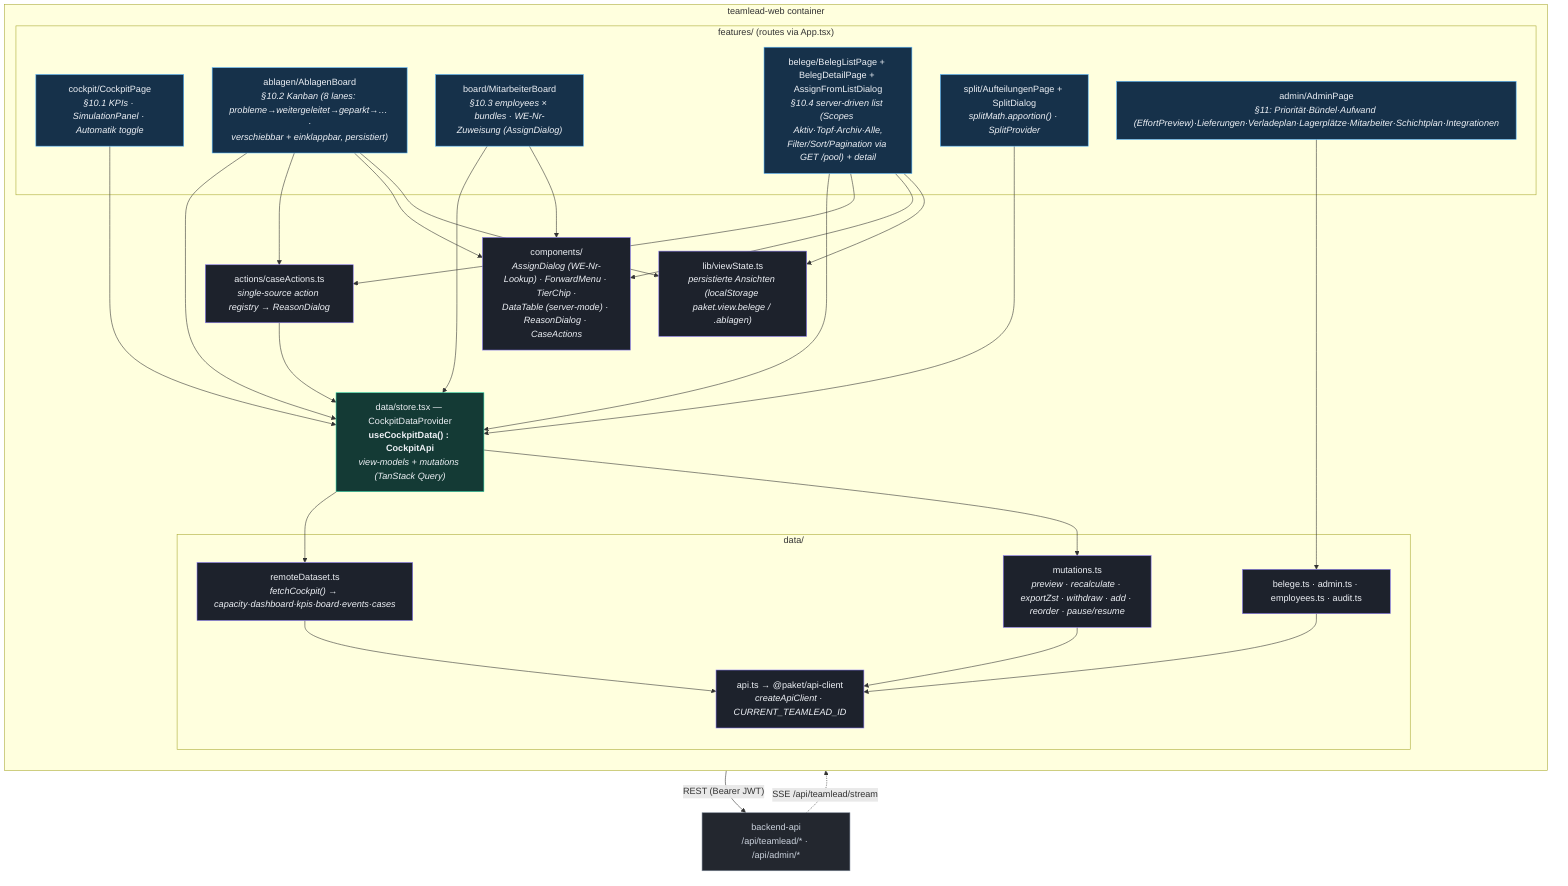
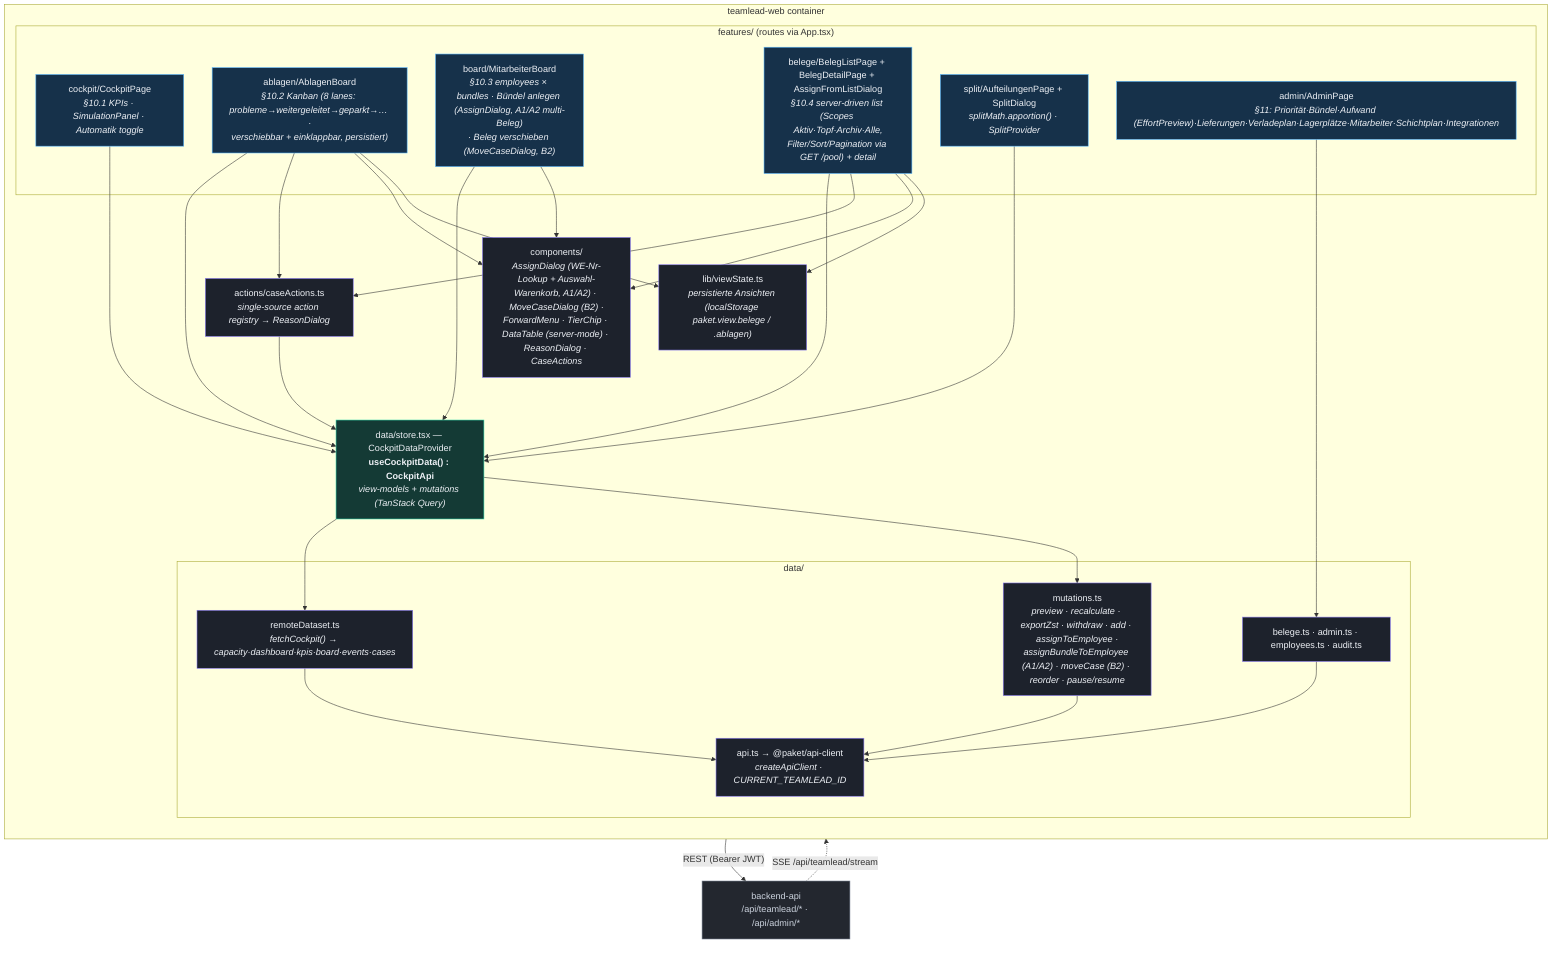
%% C4 Level 3 — Components: teamlead-web (React + Vite + MUI, TanStack Query)
%% Verified against apps/teamlead-web/src/* (features/, data/, actions/, components/).
flowchart TB
    classDef feat fill:#16314a,stroke:#56b6ff,color:#eef1f6;
    classDef store fill:#143a35,stroke:#2dd4a7,color:#eef1f6;
    classDef logic fill:#1d222c,stroke:#8b7cf6,color:#eef1f6;
    classDef ext fill:#23272f,stroke:#7c8696,color:#cbd2dd;

    api["backend-api<br/>/api/teamlead/* · /api/admin/*"]:::ext

    subgraph web["teamlead-web container"]
        direction TB
        subgraph features["features/ (routes via App.tsx)"]
            cockpit["cockpit/CockpitPage<br/><i>§10.1 KPIs · SimulationPanel · Automatik toggle</i>"]:::feat
            ablagen["ablagen/AblagenBoard<br/><i>§10.2 Kanban (8 lanes: probleme→weitergeleitet→geparkt→… ·<br/>verschiebbar + einklappbar, persistiert)</i>"]:::feat
-             board["board/MitarbeiterBoard<br/><i>§10.3 employees × bundles · WE-Nr-Zuweisung (AssignDialog)</i>"]:::feat
+             board["board/MitarbeiterBoard<br/><i>§10.3 employees × bundles · Bündel anlegen (AssignDialog, A1/A2 multi-Beleg)<br/>· Beleg verschieben (MoveCaseDialog, B2)</i>"]:::feat
            belege["belege/BelegListPage + BelegDetailPage + AssignFromListDialog<br/><i>§10.4 server-driven list (Scopes Aktiv·Topf·Archiv·Alle,<br/>Filter/Sort/Pagination via GET /pool) + detail</i>"]:::feat
            split["split/AufteilungenPage + SplitDialog<br/><i>splitMath.apportion() · SplitProvider</i>"]:::feat
            admin["admin/AdminPage<br/><i>§11: Priorität·Bündel·Aufwand (EffortPreview)·Lieferungen·Verladeplan·Lagerplätze·Mitarbeiter·Schichtplan·Integrationen</i>"]:::feat
        end
        store["data/store.tsx — CockpitDataProvider<br/><b>useCockpitData() : CockpitApi</b><br/><i>view-models + mutations (TanStack Query)</i>"]:::store
        subgraph datal["data/"]
            remote["remoteDataset.ts<br/><i>fetchCockpit() → capacity·dashboard·kpis·board·events·cases</i>"]:::logic
            belegeData["belege.ts · admin.ts · employees.ts · audit.ts"]:::logic
-             mutations["mutations.ts<br/><i>preview · recalculate · exportZst · withdraw · add · reorder · pause/resume</i>"]:::logic
+             mutations["mutations.ts<br/><i>preview · recalculate · exportZst · withdraw · add · assignToEmployee ·<br/>assignBundleToEmployee (A1/A2) · moveCase (B2) · reorder · pause/resume</i>"]:::logic
            apiClient["api.ts → @paket/api-client<br/><i>createApiClient · CURRENT_TEAMLEAD_ID</i>"]:::logic
        end
        actions["actions/caseActions.ts<br/><i>single-source action registry → ReasonDialog</i>"]:::logic
-         shared["components/<br/><i>AssignDialog (WE-Nr-Lookup) · ForwardMenu · TierChip ·<br/>DataTable (server-mode) · ReasonDialog · CaseActions</i>"]:::logic
+         shared["components/<br/><i>AssignDialog (WE-Nr-Lookup + Auswahl-Warenkorb, A1/A2) · MoveCaseDialog (B2) ·<br/>ForwardMenu · TierChip · DataTable (server-mode) · ReasonDialog · CaseActions</i>"]:::logic
        viewState["lib/viewState.ts<br/><i>persistierte Ansichten (localStorage paket.view.belege / .ablagen)</i>"]:::logic
    end

    cockpit --> store
    ablagen --> store
    board --> store
    belege --> store
    split --> store
    admin --> belegeData
    ablagen --> actions
    belege --> actions
    actions --> store
    board --> shared
    ablagen --> shared
    belege --> shared
    ablagen --> viewState
    belege --> viewState
    store --> remote
    store --> mutations
    remote --> apiClient
    mutations --> apiClient
    belegeData --> apiClient
    apiClient -->|"REST (Bearer JWT)"| api
    api -. "SSE /api/teamlead/stream" .-> store
